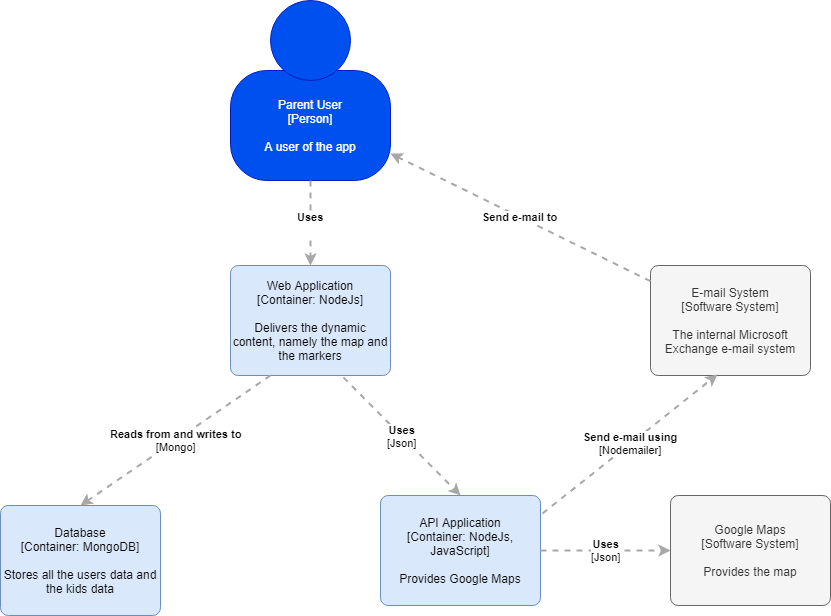
This is Arhitectura/DiagramaContainer.png from robertzanceanu/KiMo, a draw.io export, as it was before one commit. Source tidied: cells renumbered, new cells last; positions are measured from the earlier drawing's top-left corner, leaving out a move shared by most shapes.
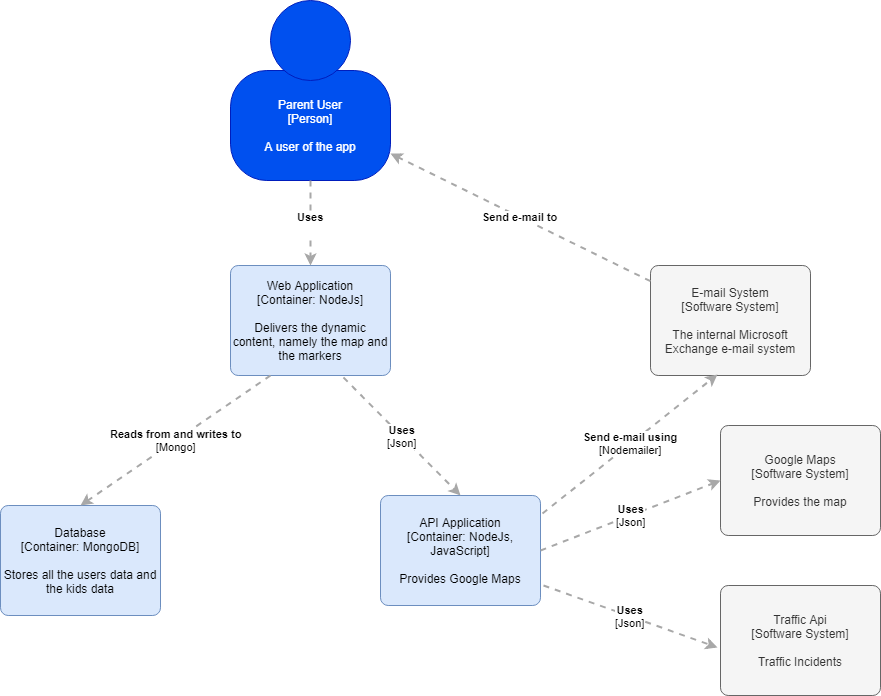
After the change.

Change to the diagram source:
```diff
@@ -39,7 +39,7 @@
     </mxCell>
     <object id="11" label="Google Maps&lt;div&gt;[Software System]&lt;/div&gt;&lt;div&gt;&lt;br&gt;&lt;/div&gt;&lt;div&gt;Provides the map&lt;/div&gt;" c4Description="Beschreibung" c4Name="name" c4Type="SoftwareSystem" placeholders="1">
       <mxCell style="rounded=1;whiteSpace=wrap;html=1;labelBackgroundColor=none;fillColor=#f5f5f5;fontColor=#333333;align=center;arcSize=7;strokeColor=#666666;" parent="1" vertex="1">
-        <mxGeometry x="670" y="495" width="160" height="110" as="geometry" />
+        <mxGeometry x="720" y="425" width="160" height="110" as="geometry" />
       </mxCell>
     </object>
     <object id="12" label="E-mail System&lt;div&gt;[Software System]&lt;/div&gt;&lt;div&gt;&lt;br&gt;&lt;/div&gt;&lt;div&gt;The internal Microsoft Exchange e-mail system&lt;/div&gt;" c4Description="Beschreibung" c4Name="name" c4Type="SoftwareSystem" placeholders="1">
@@ -56,5 +56,13 @@
     <mxCell id="15" value="&lt;div style=&quot;text-align: left&quot;&gt;&lt;div style=&quot;text-align: center&quot;&gt;&lt;b&gt;Send e-mail to&lt;/b&gt;&lt;/div&gt;&lt;/div&gt;" style="edgeStyle=none;rounded=0;html=1;entryX=1;entryY=0.75;jettySize=auto;strokeColor=#A8A8A8;strokeWidth=2;fontColor=#000000;jumpStyle=none;dashed=1;entryDx=0;entryDy=0;" parent="1" edge="1" source="12" target="3">
       <mxGeometry relative="1" as="geometry" />
     </mxCell>
+    <object id="16" label="&lt;span&gt;Traffic Api&lt;br&gt;[Software System]&lt;/span&gt;&lt;br&gt;&lt;div&gt;&lt;br&gt;&lt;/div&gt;&lt;div&gt;&lt;span&gt;Traffic Incidents&lt;/span&gt;&lt;br&gt;&lt;/div&gt;" c4Description="Beschreibung" c4Name="name" c4Type="SoftwareSystem" placeholders="1">
+      <mxCell style="rounded=1;whiteSpace=wrap;html=1;labelBackgroundColor=none;fillColor=#f5f5f5;fontColor=#333333;align=center;arcSize=7;strokeColor=#666666;" parent="1" vertex="1">
+        <mxGeometry x="720" y="585" width="160" height="110" as="geometry" />
+      </mxCell>
+    </object>
+    <mxCell id="17" value="&lt;div style=&quot;text-align: left&quot;&gt;&lt;div style=&quot;text-align: center&quot;&gt;&lt;b&gt;Uses&lt;/b&gt;&lt;/div&gt;&lt;div style=&quot;text-align: center&quot;&gt;[Json]&lt;/div&gt;&lt;/div&gt;" style="edgeStyle=none;rounded=0;html=1;entryX=-0.019;entryY=0.564;jettySize=auto;strokeColor=#A8A8A8;strokeWidth=2;fontColor=#000000;jumpStyle=none;dashed=1;exitX=1.019;exitY=0.818;exitDx=0;exitDy=0;exitPerimeter=0;entryDx=0;entryDy=0;entryPerimeter=0;" parent="1" edge="1" source="9" target="16">
+      <mxGeometry relative="1" as="geometry" />
+    </mxCell>
   </root>
 </mxGraphModel>
```
